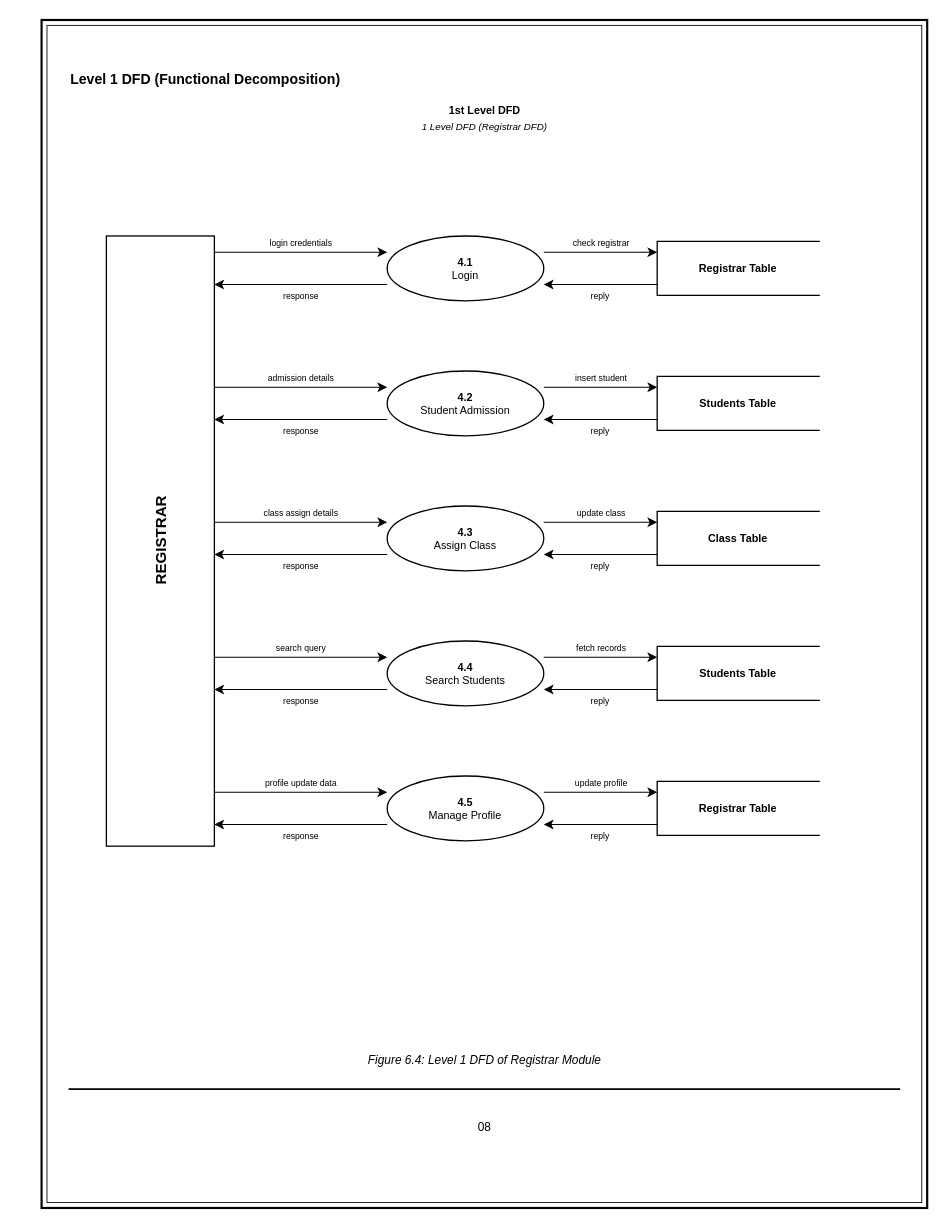
Earlier version of the draw.io diagram registrar.drawio (aman2910sm-code/schoole). Source tidied: cells renumbered, new cells numbered last; positions are measured from the earlier drawing's top-left corner, leaving out a move shared by most shapes. Both pictures are drawn from the tidied source at 108%, with x=0, y=0 at pixel (41, 19).
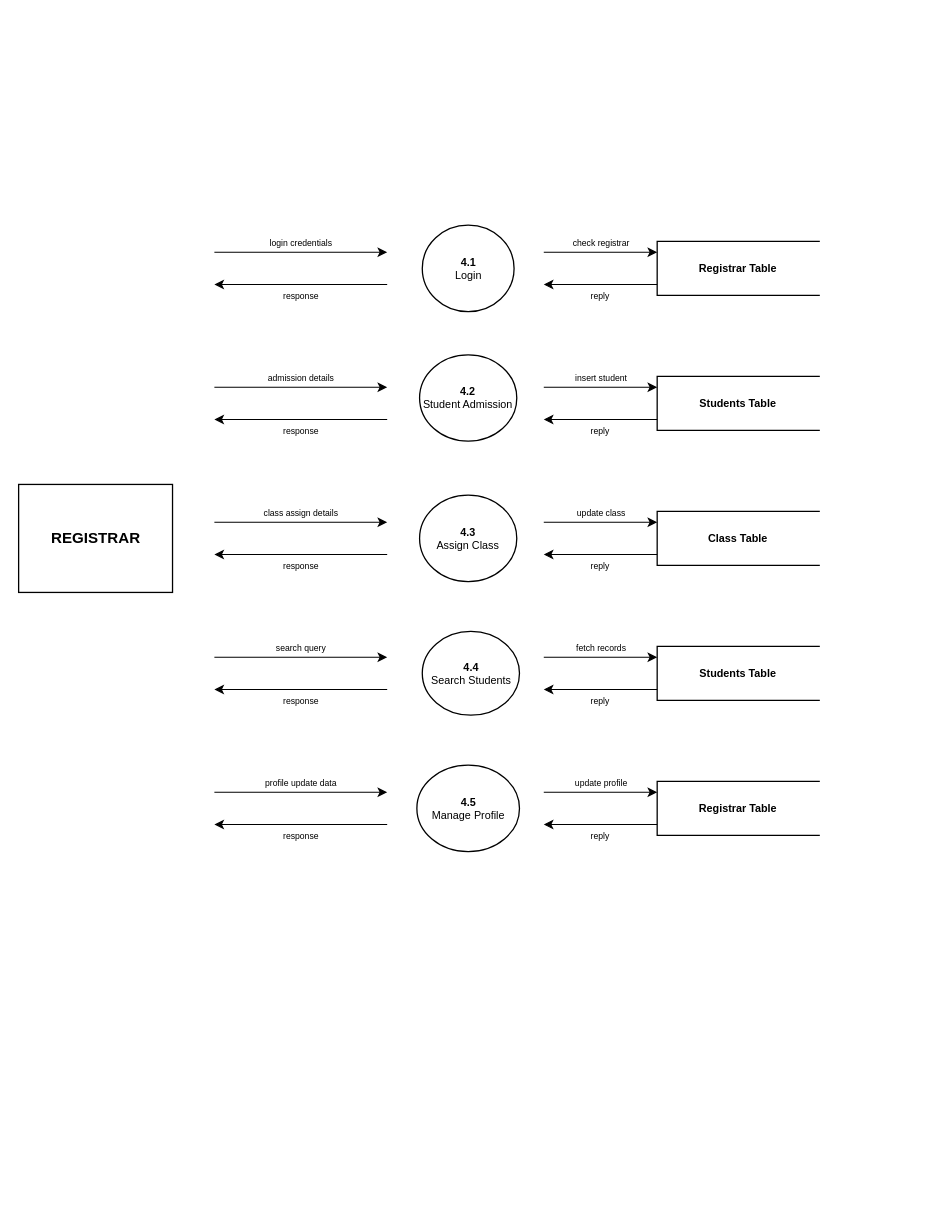
The same page after the edit.

What changed in the source:
```diff
@@
-    <mxCell id="2" style="rounded=0;whiteSpace=wrap;html=1;fillColor=none;strokeColor=#000000;strokeWidth=2;" parent="1" vertex="1">
-      <mxGeometry width="820" height="1100" as="geometry" />
-    </mxCell>
-    <mxCell id="3" style="rounded=0;whiteSpace=wrap;html=1;fillColor=none;strokeColor=#000000;strokeWidth=0.8;" parent="1" vertex="1">
-      <mxGeometry x="5" y="5" width="810" height="1090" as="geometry" />
-    </mxCell>
-    <mxCell id="4" value="&lt;b&gt;Level 1 DFD (Functional Decomposition)&lt;/b&gt;" style="text;html=1;align=left;verticalAlign=middle;fontSize=13;fontColor=#000000;" parent="1" vertex="1">
-      <mxGeometry x="25" y="40" width="350" height="30" as="geometry" />
-    </mxCell>
-    <mxCell id="5" value="&lt;b&gt;1st Level DFD&lt;/b&gt;" style="text;html=1;align=center;verticalAlign=middle;fontSize=10;fontColor=#000000;" parent="1" vertex="1">
-      <mxGeometry x="310" y="75" width="200" height="18" as="geometry" />
-    </mxCell>
-    <mxCell id="6" value="&lt;i&gt;1 Level DFD (Registrar DFD)&lt;/i&gt;" style="text;html=1;align=center;verticalAlign=middle;fontSize=9;fontColor=#000000;" parent="1" vertex="1">
-      <mxGeometry x="310" y="90" width="200" height="18" as="geometry" />
-    </mxCell>
-    <mxCell id="7" value="&lt;b&gt;REGISTRAR&lt;/b&gt;" style="rounded=0;whiteSpace=wrap;html=1;fillColor=#FFFFFF;strokeColor=#000000;strokeWidth=1.2;fontColor=#000000;fontSize=14;fontStyle=1;horizontal=0;align=center;verticalAlign=middle;" parent="1" vertex="1">
-      <mxGeometry x="60" y="200" width="100" height="565" as="geometry" />
+    <mxCell id="7" value="&lt;b&gt;REGISTRAR&lt;/b&gt;" style="rounded=0;whiteSpace=wrap;html=1;fillColor=#FFFFFF;strokeColor=#000000;strokeWidth=1.2;fontColor=#000000;fontSize=14;fontStyle=1;horizontal=0;align=center;verticalAlign=middle;rotation=90;" parent="1" vertex="1">
+      <mxGeometry y="408.8" width="100" height="142.5" as="geometry" />
     </mxCell>
     <mxCell id="8" value="&lt;b&gt;4.1&lt;/b&gt;&lt;br/&gt;Login" style="ellipse;whiteSpace=wrap;html=1;fillColor=#FFFFFF;strokeColor=#000000;strokeWidth=1.2;fontColor=#000000;fontSize=10;align=center;verticalAlign=middle;" parent="1" vertex="1">
-      <mxGeometry x="320" y="200" width="145" height="60" as="geometry" />
+      <mxGeometry x="352.5" y="190" width="85" height="80" as="geometry" />
     </mxCell>
@@
     <mxCell id="14" value="&lt;b&gt;4.2&lt;/b&gt;&lt;br/&gt;Student Admission" style="ellipse;whiteSpace=wrap;html=1;fillColor=#FFFFFF;strokeColor=#000000;strokeWidth=1.2;fontColor=#000000;fontSize=10;align=center;verticalAlign=middle;" parent="1" vertex="1">
-      <mxGeometry x="320" y="325" width="145" height="60" as="geometry" />
+      <mxGeometry x="350" y="310" width="90" height="80" as="geometry" />
     </mxCell>
@@
     <mxCell id="20" value="&lt;b&gt;4.3&lt;/b&gt;&lt;br/&gt;Assign Class" style="ellipse;whiteSpace=wrap;html=1;fillColor=#FFFFFF;strokeColor=#000000;strokeWidth=1.2;fontColor=#000000;fontSize=10;align=center;verticalAlign=middle;" parent="1" vertex="1">
-      <mxGeometry x="320" y="450" width="145" height="60" as="geometry" />
+      <mxGeometry x="350" y="440" width="90" height="80" as="geometry" />
     </mxCell>
@@
     <mxCell id="26" value="&lt;b&gt;4.4&lt;/b&gt;&lt;br/&gt;Search Students" style="ellipse;whiteSpace=wrap;html=1;fillColor=#FFFFFF;strokeColor=#000000;strokeWidth=1.2;fontColor=#000000;fontSize=10;align=center;verticalAlign=middle;" parent="1" vertex="1">
-      <mxGeometry x="320" y="575" width="145" height="60" as="geometry" />
+      <mxGeometry x="352.5" y="566.2" width="90" height="77.5" as="geometry" />
     </mxCell>
@@
     <mxCell id="32" value="&lt;b&gt;4.5&lt;/b&gt;&lt;br/&gt;Manage Profile" style="ellipse;whiteSpace=wrap;html=1;fillColor=#FFFFFF;strokeColor=#000000;strokeWidth=1.2;fontColor=#000000;fontSize=10;align=center;verticalAlign=middle;" parent="1" vertex="1">
-      <mxGeometry x="320" y="700" width="145" height="60" as="geometry" />
+      <mxGeometry x="347.5" y="690" width="95" height="80" as="geometry" />
     </mxCell>
@@
-    <mxCell id="38" value="&lt;i&gt;Figure 6.4: Level 1 DFD of Registrar Module&lt;/i&gt;" style="text;html=1;align=center;verticalAlign=middle;fontSize=11;fontColor=#000000;fontStyle=2;" parent="1" vertex="1">
-      <mxGeometry x="210" y="950" width="400" height="25" as="geometry" />
-    </mxCell>
-    <mxCell id="39" style="edgeStyle=none;rounded=0;html=1;endArrow=none;strokeColor=#000000;strokeWidth=1.5;" parent="1" edge="1">
-      <mxGeometry relative="1" as="geometry">
-        <mxPoint x="25" y="990" as="sourcePoint" />
-        <mxPoint x="795" y="990" as="targetPoint" />
-      </mxGeometry>
-    </mxCell>
-    <mxCell id="40" value="08" style="text;html=1;align=center;verticalAlign=middle;fontSize=11;fontColor=#000000;" parent="1" vertex="1">
-      <mxGeometry x="385" y="1015" width="50" height="20" as="geometry" />
-    </mxCell>
```
